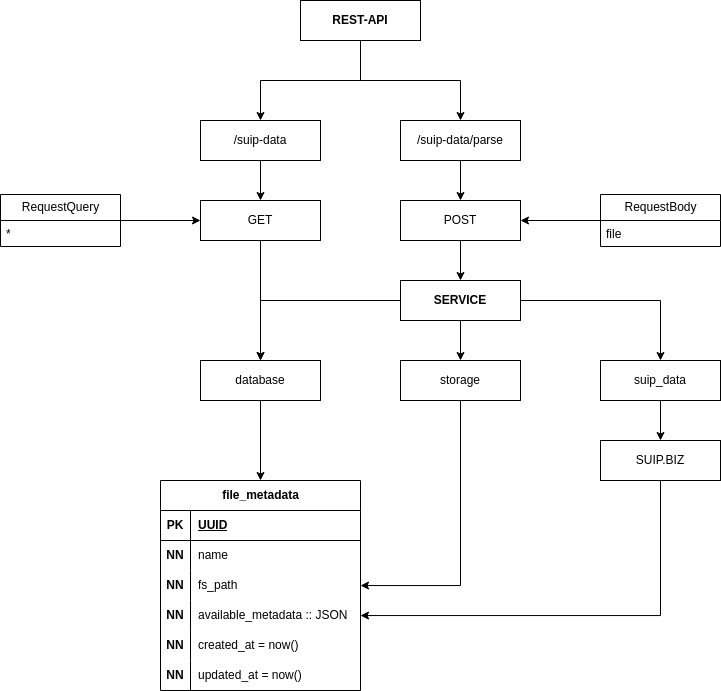
Before: _readme/Diagram.drawio.png, a diagram exported from draw.io (ames0k0/TT--FastAPI--File-Metadata-Parser). Source tidied: cells renumbered, new cells last; positions are measured from the earlier drawing's top-left corner, leaving out a move shared by most shapes. The source it was exported from:
```xml
<mxGraphModel>
  <root>
    <mxCell id="0" />
    <mxCell id="1" parent="0" />
    <mxCell id="2" style="edgeStyle=orthogonalEdgeStyle;rounded=0;jettySize=auto;html=1;" parent="1" edge="1" source="3" target="5">
      <mxGeometry relative="1" as="geometry" />
    </mxCell>
    <mxCell id="3" value="&lt;div&gt;&lt;span style=&quot;background-color: transparent; color: light-dark(rgb(0, 0, 0), rgb(255, 255, 255));&quot;&gt;/suip-data&lt;/span&gt;&lt;/div&gt;" style="whiteSpace=wrap;html=1;rounded=0;" parent="1" vertex="1">
      <mxGeometry x="200" y="120" width="120" height="40" as="geometry" />
    </mxCell>
    <mxCell id="4" style="edgeStyle=orthogonalEdgeStyle;rounded=0;jettySize=auto;html=1;" parent="1" edge="1" source="5" target="9">
      <mxGeometry relative="1" as="geometry" />
    </mxCell>
    <mxCell id="5" value="GET" style="whiteSpace=wrap;html=1;rounded=0;" parent="1" vertex="1">
      <mxGeometry x="200" y="200" width="120" height="40" as="geometry" />
    </mxCell>
    <mxCell id="6" style="edgeStyle=orthogonalEdgeStyle;rounded=0;jettySize=auto;html=1;" parent="1" edge="1" source="7" target="46">
      <mxGeometry relative="1" as="geometry" />
    </mxCell>
    <mxCell id="7" value="POST" style="whiteSpace=wrap;html=1;rounded=0;" parent="1" vertex="1">
      <mxGeometry x="400" y="200" width="120" height="40" as="geometry" />
    </mxCell>
    <mxCell id="8" style="edgeStyle=orthogonalEdgeStyle;rounded=0;jettySize=auto;html=1;" parent="1" edge="1" source="9" target="10">
      <mxGeometry relative="1" as="geometry" />
    </mxCell>
    <mxCell id="9" value="&lt;div&gt;&lt;span style=&quot;background-color: transparent; color: light-dark(rgb(0, 0, 0), rgb(255, 255, 255));&quot;&gt;database&lt;/span&gt;&lt;/div&gt;" style="whiteSpace=wrap;html=1;" parent="1" vertex="1">
      <mxGeometry x="200" y="360" width="120" height="40" as="geometry" />
    </mxCell>
    <mxCell id="10" value="file_metadata" style="shape=table;startSize=30;rowLines=0;fontStyle=1;align=center;html=1;" parent="1" vertex="1">
      <mxGeometry x="160" y="480" width="200" height="210" as="geometry" />
    </mxCell>
    <mxCell id="11" style="shape=tableRow;horizontal=0;startSize=0;swimlaneHead=0;swimlaneBody=0;fillColor=none;top=0;left=0;right=0;bottom=1;" parent="10" vertex="1">
      <mxGeometry y="30" width="200" height="30" as="geometry" />
    </mxCell>
    <mxCell id="12" value="PK" style="shape=partialRectangle;fillColor=none;top=0;left=0;bottom=0;right=0;fontStyle=1;overflow=hidden;whiteSpace=wrap;html=1;" parent="11" vertex="1">
      <mxGeometry width="30" height="30" as="geometry" />
    </mxCell>
    <mxCell id="13" value="UUID" style="shape=partialRectangle;fillColor=none;top=0;left=0;bottom=0;right=0;align=left;spacingLeft=6;fontStyle=5;overflow=hidden;whiteSpace=wrap;html=1;" parent="11" vertex="1">
      <mxGeometry x="30" width="170" height="30" as="geometry" />
    </mxCell>
    <mxCell id="14" style="shape=tableRow;horizontal=0;startSize=0;swimlaneHead=0;swimlaneBody=0;fillColor=none;top=0;left=0;right=0;bottom=0;" parent="10" vertex="1">
      <mxGeometry y="60" width="200" height="30" as="geometry" />
    </mxCell>
    <mxCell id="15" value="&lt;b&gt;NN&lt;/b&gt;" style="shape=partialRectangle;fillColor=none;top=0;left=0;bottom=0;right=0;overflow=hidden;whiteSpace=wrap;html=1;" parent="14" vertex="1">
      <mxGeometry width="30" height="30" as="geometry" />
    </mxCell>
    <mxCell id="16" value="name" style="shape=partialRectangle;fillColor=none;top=0;left=0;bottom=0;right=0;align=left;spacingLeft=6;overflow=hidden;whiteSpace=wrap;html=1;" parent="14" vertex="1">
      <mxGeometry x="30" width="170" height="30" as="geometry" />
    </mxCell>
    <mxCell id="17" style="shape=tableRow;horizontal=0;startSize=0;swimlaneHead=0;swimlaneBody=0;fillColor=none;points=[[0,0.5],[1,0.5]];portConstraint=eastwest;top=0;left=0;right=0;bottom=0;" parent="10" vertex="1">
      <mxGeometry y="90" width="200" height="30" as="geometry" />
    </mxCell>
    <mxCell id="18" value="&lt;b&gt;NN&lt;/b&gt;" style="shape=partialRectangle;fillColor=none;top=0;left=0;bottom=0;right=0;overflow=hidden;whiteSpace=wrap;html=1;" parent="17" vertex="1">
      <mxGeometry width="30" height="30" as="geometry" />
    </mxCell>
    <mxCell id="19" value="fs_path" style="shape=partialRectangle;fillColor=none;top=0;left=0;bottom=0;right=0;align=left;spacingLeft=6;overflow=hidden;whiteSpace=wrap;html=1;" parent="17" vertex="1">
      <mxGeometry x="30" width="170" height="30" as="geometry" />
    </mxCell>
    <mxCell id="20" style="shape=tableRow;horizontal=0;startSize=0;swimlaneHead=0;swimlaneBody=0;fillColor=none;points=[[0,0.5],[1,0.5]];portConstraint=eastwest;top=0;left=0;right=0;bottom=0;" parent="10" vertex="1">
      <mxGeometry y="120" width="200" height="30" as="geometry" />
    </mxCell>
    <mxCell id="21" value="&lt;b&gt;NN&lt;/b&gt;" style="shape=partialRectangle;fillColor=none;top=0;left=0;bottom=0;right=0;overflow=hidden;whiteSpace=wrap;html=1;" parent="20" vertex="1">
      <mxGeometry width="30" height="30" as="geometry" />
    </mxCell>
    <mxCell id="22" value="available_metadata :: JSON" style="shape=partialRectangle;fillColor=none;top=0;left=0;bottom=0;right=0;align=left;spacingLeft=6;overflow=hidden;whiteSpace=wrap;html=1;" parent="20" vertex="1">
      <mxGeometry x="30" width="170" height="30" as="geometry" />
    </mxCell>
    <mxCell id="23" style="shape=tableRow;horizontal=0;startSize=0;swimlaneHead=0;swimlaneBody=0;fillColor=none;top=0;left=0;right=0;bottom=0;" parent="10" vertex="1">
      <mxGeometry y="150" width="200" height="30" as="geometry" />
    </mxCell>
    <mxCell id="24" value="&lt;b&gt;NN&lt;/b&gt;" style="shape=partialRectangle;fillColor=none;top=0;left=0;bottom=0;right=0;overflow=hidden;whiteSpace=wrap;html=1;" parent="23" vertex="1">
      <mxGeometry width="30" height="30" as="geometry" />
    </mxCell>
    <mxCell id="25" value="created_at = now()" style="shape=partialRectangle;fillColor=none;top=0;left=0;bottom=0;right=0;align=left;spacingLeft=6;overflow=hidden;whiteSpace=wrap;html=1;" parent="23" vertex="1">
      <mxGeometry x="30" width="170" height="30" as="geometry" />
    </mxCell>
    <mxCell id="26" style="shape=tableRow;horizontal=0;startSize=0;swimlaneHead=0;swimlaneBody=0;fillColor=none;top=0;left=0;right=0;bottom=0;" parent="10" vertex="1">
      <mxGeometry y="180" width="200" height="30" as="geometry" />
    </mxCell>
    <mxCell id="27" value="&lt;b&gt;NN&lt;/b&gt;" style="shape=partialRectangle;fillColor=none;top=0;left=0;bottom=0;right=0;overflow=hidden;whiteSpace=wrap;html=1;" parent="26" vertex="1">
      <mxGeometry width="30" height="30" as="geometry" />
    </mxCell>
    <mxCell id="28" value="updated_at = now()" style="shape=partialRectangle;fillColor=none;top=0;left=0;bottom=0;right=0;align=left;spacingLeft=6;overflow=hidden;whiteSpace=wrap;html=1;" parent="26" vertex="1">
      <mxGeometry x="30" width="170" height="30" as="geometry" />
    </mxCell>
    <mxCell id="29" style="edgeStyle=orthogonalEdgeStyle;rounded=0;jettySize=auto;html=1;" parent="1" edge="1" source="30" target="5">
      <mxGeometry relative="1" as="geometry" />
    </mxCell>
    <mxCell id="30" value="RequestQuery" style="swimlane;fontStyle=0;horizontal=1;startSize=26;fillColor=none;html=1;" parent="1" vertex="1">
      <mxGeometry y="194" width="120" height="52" as="geometry" />
    </mxCell>
    <mxCell id="31" value="*" style="text;strokeColor=none;fillColor=none;align=left;verticalAlign=top;spacingLeft=4;spacingRight=4;overflow=hidden;whiteSpace=wrap;html=1;" parent="30" vertex="1">
      <mxGeometry y="26" width="120" height="26" as="geometry" />
    </mxCell>
    <mxCell id="32" style="edgeStyle=orthogonalEdgeStyle;rounded=0;jettySize=auto;html=1;" parent="1" edge="1" source="33" target="7">
      <mxGeometry relative="1" as="geometry" />
    </mxCell>
    <mxCell id="33" value="RequestBody" style="swimlane;fontStyle=0;horizontal=1;startSize=26;fillColor=none;html=1;" parent="1" vertex="1">
      <mxGeometry x="600" y="194" width="120" height="52" as="geometry" />
    </mxCell>
    <mxCell id="34" value="file" style="text;strokeColor=none;fillColor=none;align=left;verticalAlign=top;spacingLeft=4;spacingRight=4;overflow=hidden;whiteSpace=wrap;html=1;" parent="33" vertex="1">
      <mxGeometry y="26" width="120" height="26" as="geometry" />
    </mxCell>
    <mxCell id="35" style="edgeStyle=orthogonalEdgeStyle;rounded=0;jettySize=auto;html=1;" parent="1" edge="1" source="36" target="17">
      <mxGeometry relative="1" as="geometry" />
    </mxCell>
    <mxCell id="36" value="&lt;div&gt;&lt;span style=&quot;background-color: transparent; color: light-dark(rgb(0, 0, 0), rgb(255, 255, 255));&quot;&gt;storage&lt;/span&gt;&lt;/div&gt;" style="whiteSpace=wrap;html=1;" parent="1" vertex="1">
      <mxGeometry x="400" y="360" width="120" height="40" as="geometry" />
    </mxCell>
    <mxCell id="37" style="edgeStyle=orthogonalEdgeStyle;rounded=0;jettySize=auto;html=1;" parent="1" edge="1" source="38" target="20">
      <mxGeometry relative="1" as="geometry" />
    </mxCell>
    <mxCell id="38" value="SUIP.BIZ" style="whiteSpace=wrap;html=1;" parent="1" vertex="1">
      <mxGeometry x="600" y="440" width="120" height="40" as="geometry" />
    </mxCell>
    <mxCell id="39" style="edgeStyle=orthogonalEdgeStyle;rounded=0;jettySize=auto;html=1;" parent="1" edge="1" source="40" target="7">
      <mxGeometry relative="1" as="geometry" />
    </mxCell>
    <mxCell id="40" value="&lt;div&gt;&lt;span style=&quot;background-color: transparent; color: light-dark(rgb(0, 0, 0), rgb(255, 255, 255));&quot;&gt;/suip-data/parse&lt;/span&gt;&lt;/div&gt;" style="whiteSpace=wrap;html=1;rounded=0;" parent="1" vertex="1">
      <mxGeometry x="400" y="120" width="120" height="40" as="geometry" />
    </mxCell>
    <mxCell id="41" style="edgeStyle=orthogonalEdgeStyle;rounded=0;jettySize=auto;html=1;" parent="1" edge="1" source="42" target="38">
      <mxGeometry relative="1" as="geometry" />
    </mxCell>
    <mxCell id="42" value="&lt;div&gt;&lt;span style=&quot;background-color: transparent; color: light-dark(rgb(0, 0, 0), rgb(255, 255, 255));&quot;&gt;suip_data&lt;/span&gt;&lt;/div&gt;" style="whiteSpace=wrap;html=1;" parent="1" vertex="1">
      <mxGeometry x="600" y="360" width="120" height="40" as="geometry" />
    </mxCell>
    <mxCell id="43" style="edgeStyle=orthogonalEdgeStyle;rounded=0;jettySize=auto;html=1;entryX=0.5;entryY=0;entryDx=0;entryDy=0;" parent="1" edge="1" source="46" target="36">
      <mxGeometry relative="1" as="geometry" />
    </mxCell>
    <mxCell id="44" style="edgeStyle=orthogonalEdgeStyle;rounded=0;jettySize=auto;html=1;" parent="1" edge="1" source="46" target="42">
      <mxGeometry relative="1" as="geometry" />
    </mxCell>
    <mxCell id="45" style="edgeStyle=orthogonalEdgeStyle;rounded=0;jettySize=auto;html=1;" parent="1" edge="1" source="46" target="9">
      <mxGeometry relative="1" as="geometry" />
    </mxCell>
    <mxCell id="46" value="&lt;b&gt;SERVICE&lt;/b&gt;" style="whiteSpace=wrap;html=1;rounded=0;" parent="1" vertex="1">
      <mxGeometry x="400" y="280" width="120" height="40" as="geometry" />
    </mxCell>
    <mxCell id="47" style="edgeStyle=orthogonalEdgeStyle;rounded=0;jettySize=auto;html=1;" parent="1" edge="1" source="49" target="3">
      <mxGeometry relative="1" as="geometry" />
    </mxCell>
    <mxCell id="48" style="edgeStyle=orthogonalEdgeStyle;rounded=0;jettySize=auto;html=1;" parent="1" edge="1" source="49" target="40">
      <mxGeometry relative="1" as="geometry" />
    </mxCell>
    <mxCell id="49" value="&lt;b&gt;REST-API&lt;/b&gt;" style="whiteSpace=wrap;html=1;rounded=0;" parent="1" vertex="1">
      <mxGeometry x="300" width="120" height="40" as="geometry" />
    </mxCell>
  </root>
</mxGraphModel>
```
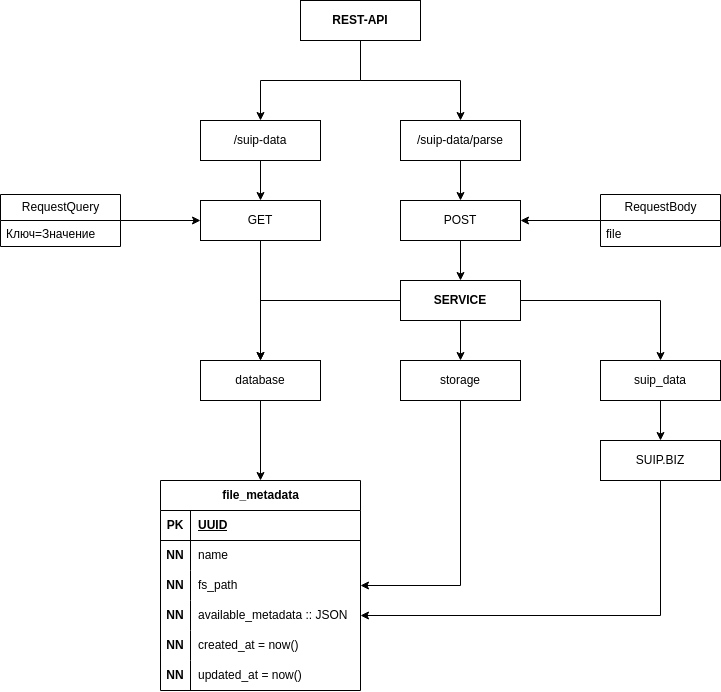
The same file after the commit.

The edit, as a diff of the source:
```diff
@@ -89,7 +89,7 @@
     <mxCell id="30" value="RequestQuery" style="swimlane;fontStyle=0;horizontal=1;startSize=26;fillColor=none;html=1;" parent="1" vertex="1">
       <mxGeometry y="194" width="120" height="52" as="geometry" />
     </mxCell>
-    <mxCell id="31" value="*" style="text;strokeColor=none;fillColor=none;align=left;verticalAlign=top;spacingLeft=4;spacingRight=4;overflow=hidden;whiteSpace=wrap;html=1;" parent="30" vertex="1">
+    <mxCell id="31" value="Ключ=Значение" style="text;strokeColor=none;fillColor=none;align=left;verticalAlign=top;spacingLeft=4;spacingRight=4;overflow=hidden;whiteSpace=wrap;html=1;" parent="30" vertex="1">
       <mxGeometry y="26" width="120" height="26" as="geometry" />
     </mxCell>
     <mxCell id="32" style="edgeStyle=orthogonalEdgeStyle;rounded=0;jettySize=auto;html=1;" parent="1" edge="1" source="33" target="7">
```
